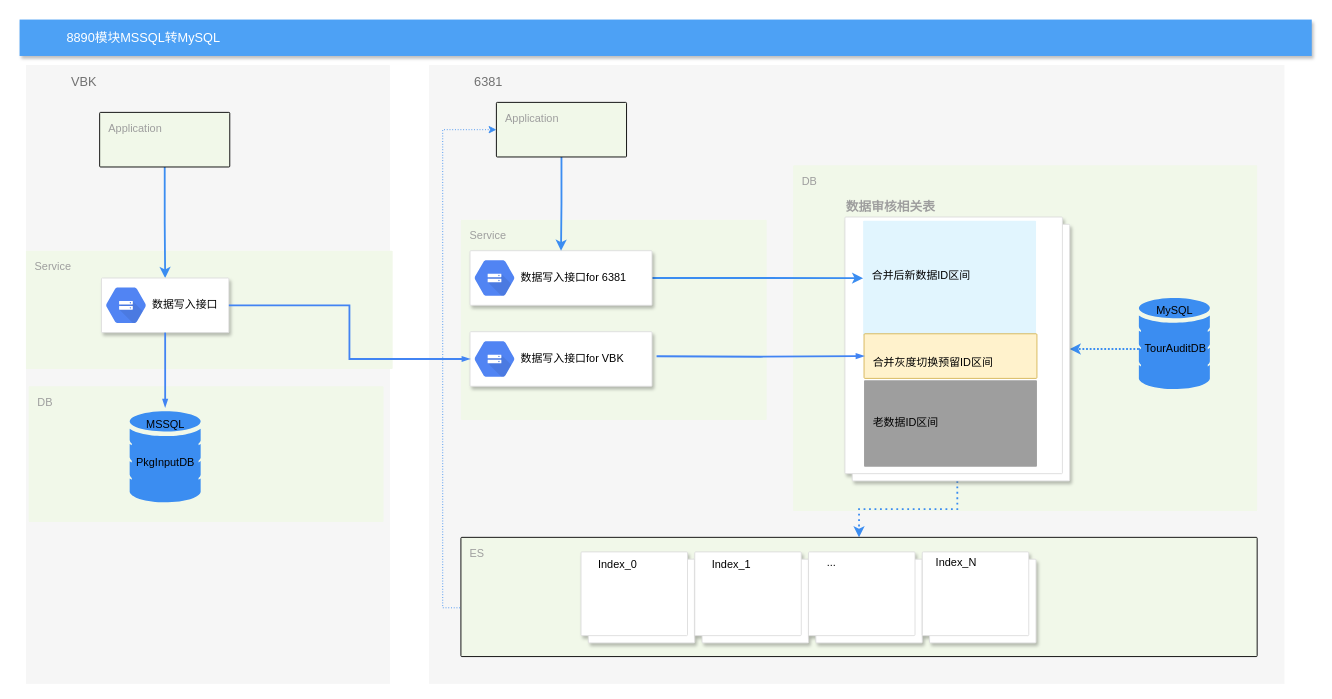
Before: 8890转MySQL.drawio in DevinDong/AI, a draw.io diagram. Source tidied: cells renumbered, new cells numbered last; positions are measured from the earlier drawing's top-left corner, leaving out a move shared by most shapes. Both pictures are drawn from the tidied source at 91%, with x=0, y=0 at pixel (19, 19).
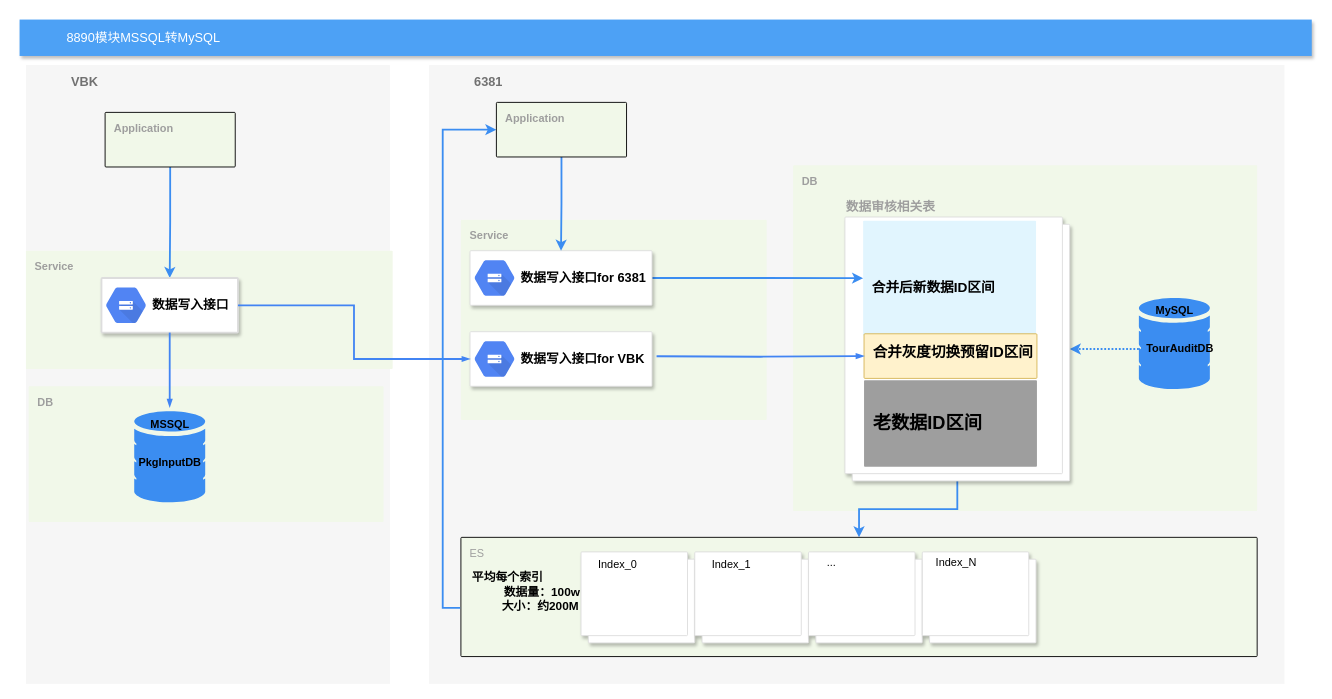
The same diagram, later.

Unchanged cells that the change refers to:
```xml
<mxCell id="14" style="strokeColor=#dddddd;fillColor=#ffffff;shadow=1;strokeWidth=1;rounded=1;absoluteArcSize=1;arcSize=2;fontSize=10;fontColor=#9E9E9E;align=center;html=1;" parent="1" vertex="1">
  <mxGeometry x="495" y="343" width="200" height="60" as="geometry" />
</mxCell>
<mxCell id="22" value="ES" style="points=[[0,0,0],[0.25,0,0],[0.5,0,0],[0.75,0,0],[1,0,0],[1,0.25,0],[1,0.5,0],[1,0.75,0],[1,1,0],[0.75,1,0],[0.5,1,0],[0.25,1,0],[0,1,0],[0,0.75,0],[0,0.5,0],[0,0.25,0]];rounded=1;absoluteArcSize=1;arcSize=2;html=1;strokeColor=#000000;gradientColor=none;shadow=0;dashed=0;fontSize=12;fontColor=#9E9E9E;align=left;verticalAlign=top;spacing=10;spacingTop=-4;fillColor=#F1F8E9;" parent="1" vertex="1">
  <mxGeometry x="485" y="569" width="875" height="131" as="geometry" />
</mxCell>
<mxCell id="23" style="shape=mxgraph.gcp2.doubleRect;strokeColor=#dddddd;fillColor=#ffffff;shadow=1;strokeWidth=1;" parent="1" vertex="1">
  <mxGeometry x="907" y="217" width="247" height="290" as="geometry" />
</mxCell>
```

The edit, as a diff of the source:
```diff
@@
-    <mxCell id="2" value="VBK&amp;nbsp;" style="fillColor=#F6F6F6;strokeColor=none;shadow=0;gradientColor=none;fontSize=14;align=left;spacing=10;fontColor=#717171;9E9E9E;verticalAlign=top;spacingTop=-4;fontStyle=0;spacingLeft=40;html=1;" parent="1" vertex="1">
+    <mxCell id="2" value="&lt;b&gt;VBK&amp;nbsp;&lt;/b&gt;" style="fillColor=#F6F6F6;strokeColor=none;shadow=0;gradientColor=none;fontSize=14;align=left;spacing=10;fontColor=#717171;9E9E9E;verticalAlign=top;spacingTop=-4;fontStyle=0;spacingLeft=40;html=1;" parent="1" vertex="1">
       <mxGeometry x="7" y="50" width="400" height="680" as="geometry" />
     </mxCell>
-    <mxCell id="3" value="Service" style="rounded=1;absoluteArcSize=1;arcSize=2;html=1;strokeColor=none;gradientColor=none;shadow=0;dashed=0;fontSize=12;fontColor=#9E9E9E;align=left;verticalAlign=top;spacing=10;spacingTop=-4;fillColor=#F1F8E9;" parent="1" vertex="1">
+    <mxCell id="3" value="&lt;b&gt;Service&lt;/b&gt;" style="rounded=1;absoluteArcSize=1;arcSize=2;html=1;strokeColor=none;gradientColor=none;shadow=0;dashed=0;fontSize=12;fontColor=#9E9E9E;align=left;verticalAlign=top;spacing=10;spacingTop=-4;fillColor=#F1F8E9;" parent="1" vertex="1">
       <mxGeometry x="7" y="254" width="403" height="130" as="geometry" />
     </mxCell>
-    <mxCell id="4" value="DB" style="rounded=1;absoluteArcSize=1;arcSize=2;html=1;strokeColor=none;gradientColor=none;shadow=0;dashed=0;fontSize=12;fontColor=#9E9E9E;align=left;verticalAlign=top;spacing=10;spacingTop=-4;fillColor=#F1F8E9;" parent="1" vertex="1">
+    <mxCell id="4" value="&lt;b&gt;DB&lt;/b&gt;" style="rounded=1;absoluteArcSize=1;arcSize=2;html=1;strokeColor=none;gradientColor=none;shadow=0;dashed=0;fontSize=12;fontColor=#9E9E9E;align=left;verticalAlign=top;spacing=10;spacingTop=-4;fillColor=#F1F8E9;" parent="1" vertex="1">
       <mxGeometry x="10" y="403" width="390" height="149" as="geometry" />
     </mxCell>
-    <mxCell id="5" value="6381&amp;nbsp;" style="fillColor=#F6F6F6;strokeColor=none;shadow=0;gradientColor=none;fontSize=14;align=left;spacing=10;fontColor=#717171;9E9E9E;verticalAlign=top;spacingTop=-4;fontStyle=0;spacingLeft=40;html=1;" parent="1" vertex="1">
+    <mxCell id="5" value="&lt;b&gt;6381&amp;nbsp;&lt;/b&gt;" style="fillColor=#F6F6F6;strokeColor=none;shadow=0;gradientColor=none;fontSize=14;align=left;spacing=10;fontColor=#717171;9E9E9E;verticalAlign=top;spacingTop=-4;fontStyle=0;spacingLeft=40;html=1;" parent="1" vertex="1">
       <mxGeometry x="450" y="50" width="940" height="680" as="geometry" />
     </mxCell>
-    <mxCell id="6" value="Service" style="rounded=1;absoluteArcSize=1;arcSize=2;html=1;strokeColor=none;gradientColor=none;shadow=0;dashed=0;fontSize=12;fontColor=#9E9E9E;align=left;verticalAlign=top;spacing=10;spacingTop=-4;fillColor=#F1F8E9;" parent="1" vertex="1">
+    <mxCell id="6" value="&lt;b&gt;Service&lt;/b&gt;" style="rounded=1;absoluteArcSize=1;arcSize=2;html=1;strokeColor=none;gradientColor=none;shadow=0;dashed=0;fontSize=12;fontColor=#9E9E9E;align=left;verticalAlign=top;spacing=10;spacingTop=-4;fillColor=#F1F8E9;" parent="1" vertex="1">
       <mxGeometry x="485" y="220" width="336" height="220" as="geometry" />
     </mxCell>
@@
-    <mxCell id="8" value="Application" style="points=[[0,0,0],[0.25,0,0],[0.5,0,0],[0.75,0,0],[1,0,0],[1,0.25,0],[1,0.5,0],[1,0.75,0],[1,1,0],[0.75,1,0],[0.5,1,0],[0.25,1,0],[0,1,0],[0,0.75,0],[0,0.5,0],[0,0.25,0]];rounded=1;absoluteArcSize=1;arcSize=2;html=1;strokeColor=#000000;gradientColor=none;shadow=0;dashed=0;fontSize=12;fontColor=#9E9E9E;align=left;verticalAlign=top;spacing=10;spacingTop=-4;fillColor=#F1F8E9;" parent="1" vertex="1">
-      <mxGeometry x="88" y="102" width="143" height="60" as="geometry" />
+    <mxCell id="8" value="&lt;b&gt;Application&lt;/b&gt;" style="points=[[0,0,0],[0.25,0,0],[0.5,0,0],[0.75,0,0],[1,0,0],[1,0.25,0],[1,0.5,0],[1,0.75,0],[1,1,0],[0.75,1,0],[0.5,1,0],[0.25,1,0],[0,1,0],[0,0.75,0],[0,0.5,0],[0,0.25,0]];rounded=1;absoluteArcSize=1;arcSize=2;html=1;strokeColor=#000000;gradientColor=none;shadow=0;dashed=0;fontSize=12;fontColor=#9E9E9E;align=left;verticalAlign=top;spacing=10;spacingTop=-4;fillColor=#F1F8E9;" parent="1" vertex="1">
+      <mxGeometry x="94" y="102" width="143" height="60" as="geometry" />
     </mxCell>
-    <mxCell id="9" value="DB" style="rounded=1;absoluteArcSize=1;arcSize=2;html=1;strokeColor=none;gradientColor=none;shadow=0;dashed=0;fontSize=12;fontColor=#9E9E9E;align=left;verticalAlign=top;spacing=10;spacingTop=-4;fillColor=#F1F8E9;" parent="1" vertex="1">
+    <mxCell id="9" value="&lt;b&gt;DB&lt;/b&gt;" style="rounded=1;absoluteArcSize=1;arcSize=2;html=1;strokeColor=none;gradientColor=none;shadow=0;dashed=0;fontSize=12;fontColor=#9E9E9E;align=left;verticalAlign=top;spacing=10;spacingTop=-4;fillColor=#F1F8E9;" parent="1" vertex="1">
       <mxGeometry x="850" y="160" width="510" height="380" as="geometry" />
     </mxCell>
@@
-    <mxCell id="15" value="&lt;font color=&quot;#000000&quot;&gt;数据写入接口for VBK&lt;/font&gt;" style="dashed=0;html=1;fillColor=#5184F3;strokeColor=none;shape=mxgraph.gcp2.cloud_storage;labelPosition=right;verticalLabelPosition=middle;align=left;verticalAlign=middle;spacingLeft=5;fontColor=#999999;fontSize=12;" parent="14" vertex="1">
+    <mxCell id="15" value="&lt;font color=&quot;#000000&quot; size=&quot;1&quot;&gt;&lt;b style=&quot;font-size: 14px&quot;&gt;数据写入接口for VBK&lt;/b&gt;&lt;/font&gt;" style="dashed=0;html=1;fillColor=#5184F3;strokeColor=none;shape=mxgraph.gcp2.cloud_storage;labelPosition=right;verticalLabelPosition=middle;align=left;verticalAlign=middle;spacingLeft=5;fontColor=#999999;fontSize=12;" parent="14" vertex="1">
       <mxGeometry y="0.5" width="44" height="39" relative="1" as="geometry">
         <mxPoint x="5" y="-19.5" as="offset" />
       </mxGeometry>
     </mxCell>
-    <mxCell id="16" value="MSSQL" style="html=1;strokeColor=none;shadow=0;align=center;verticalAlign=top;fillColor=#3B8DF1;shape=mxgraph.gcp2.database_2;" parent="1" vertex="1">
-      <mxGeometry x="121" y="430.5" width="78" height="100" as="geometry" />
+    <mxCell id="16" value="&lt;b&gt;MSSQL&lt;/b&gt;" style="html=1;strokeColor=none;shadow=0;align=center;verticalAlign=top;fillColor=#3B8DF1;shape=mxgraph.gcp2.database_2;" parent="1" vertex="1">
+      <mxGeometry x="126" y="430.5" width="78" height="100" as="geometry" />
     </mxCell>
-    <mxCell id="17" value="PkgInputDB" style="text;html=1;align=center;verticalAlign=middle;fillColor=none;strokeColor=none;rounded=0;" parent="1" vertex="1">
-      <mxGeometry x="119.5" y="476.5" width="80" height="20" as="geometry" />
+    <mxCell id="17" value="&lt;b&gt;PkgInputDB&lt;/b&gt;" style="text;html=1;align=center;verticalAlign=middle;fillColor=none;strokeColor=none;rounded=0;" parent="1" vertex="1">
+      <mxGeometry x="124.5" y="476.5" width="80" height="20" as="geometry" />
     </mxCell>
-    <mxCell id="18" value="MySQL" style="html=1;strokeColor=none;shadow=0;align=center;verticalAlign=top;fillColor=#3B8DF1;shape=mxgraph.gcp2.database_2;" parent="1" vertex="1">
+    <mxCell id="18" value="&lt;b&gt;MySQL&lt;/b&gt;" style="html=1;strokeColor=none;shadow=0;align=center;verticalAlign=top;fillColor=#3B8DF1;shape=mxgraph.gcp2.database_2;" parent="1" vertex="1">
       <mxGeometry x="1230" y="306" width="78" height="100" as="geometry" />
     </mxCell>
@@
-    <mxCell id="20" value="TourAuditDB" style="text;html=1;align=center;verticalAlign=middle;points=[];fillColor=none;strokeColor=none;rounded=0;" parent="1" vertex="1">
-      <mxGeometry x="1230" y="352" width="80" height="20" as="geometry" />
+    <mxCell id="20" value="&lt;b&gt;TourAuditDB&lt;/b&gt;" style="text;html=1;align=center;verticalAlign=middle;points=[];fillColor=none;strokeColor=none;rounded=0;" parent="1" vertex="1">
+      <mxGeometry x="1230" y="352" width="90" height="20" as="geometry" />
     </mxCell>
-    <mxCell id="21" style="edgeStyle=orthogonalEdgeStyle;rounded=0;jettySize=auto;html=1;strokeColor=#3B8DF1;strokeWidth=2;fontSize=14;fontColor=#9E9E9E;exitX=0.5;exitY=1;exitDx=0;exitDy=0;dashed=1;dashPattern=1 2;" parent="1" edge="1" source="23" target="22">
+    <mxCell id="21" style="edgeStyle=orthogonalEdgeStyle;rounded=0;jettySize=auto;html=1;strokeColor=#3B8DF1;strokeWidth=2;fontSize=14;fontColor=#9E9E9E;exitX=0.5;exitY=1;exitDx=0;exitDy=0;" parent="1" edge="1" source="23" target="22">
       <mxGeometry relative="1" as="geometry" />
     </mxCell>
@@
-    <mxCell id="24" value="&lt;br&gt;&lt;br&gt;&lt;br&gt;合并后新数据ID区间" style="points=[[0,0,0],[0.25,0,0],[0.5,0,0],[0.75,0,0],[1,0,0],[1,0.25,0],[1,0.5,0],[1,0.75,0],[1,1,0],[0.75,1,0],[0.5,1,0],[0.25,1,0],[0,1,0],[0,0.75,0],[0,0.5,0],[0,0.25,0]];rounded=1;absoluteArcSize=1;arcSize=2;html=1;strokeColor=none;gradientColor=none;shadow=0;dashed=0;fontSize=12;fontColor=#000000;align=left;verticalAlign=top;spacing=10;spacingTop=-4;fillColor=#E1F5FE;" parent="23" vertex="1">
+    <mxCell id="24" value="&lt;b style=&quot;font-size: 15px&quot;&gt;&lt;br&gt;&lt;br&gt;&lt;br&gt;合并后新数据ID区间&lt;/b&gt;" style="points=[[0,0,0],[0.25,0,0],[0.5,0,0],[0.75,0,0],[1,0,0],[1,0.25,0],[1,0.5,0],[1,0.75,0],[1,1,0],[0.75,1,0],[0.5,1,0],[0.25,1,0],[0,1,0],[0,0.75,0],[0,0.5,0],[0,0.25,0]];rounded=1;absoluteArcSize=1;arcSize=2;html=1;strokeColor=none;gradientColor=none;shadow=0;dashed=0;fontSize=12;fontColor=#000000;align=left;verticalAlign=top;spacing=10;spacingTop=-4;fillColor=#E1F5FE;" parent="23" vertex="1">
       <mxGeometry x="20" y="4" width="190" height="126.4" as="geometry" />
     </mxCell>
-    <mxCell id="25" value="&lt;font color=&quot;#000000&quot;&gt;&lt;br&gt;合并灰度切换预留ID区间&lt;/font&gt;" style="points=[[0,0,0],[0.25,0,0],[0.5,0,0],[0.75,0,0],[1,0,0],[1,0.25,0],[1,0.5,0],[1,0.75,0],[1,1,0],[0.75,1,0],[0.5,1,0],[0.25,1,0],[0,1,0],[0,0.75,0],[0,0.5,0],[0,0.25,0]];rounded=1;absoluteArcSize=1;arcSize=2;html=1;strokeColor=#d6b656;shadow=0;dashed=0;fontSize=12;align=left;verticalAlign=top;spacing=10;spacingTop=-4;fillColor=#fff2cc;" parent="23" vertex="1">
+    <mxCell id="25" value="&lt;font color=&quot;#000000&quot; style=&quot;font-size: 16px&quot;&gt;&lt;b&gt;合并灰度切换预留ID区间&lt;/b&gt;&lt;/font&gt;" style="points=[[0,0,0],[0.25,0,0],[0.5,0,0],[0.75,0,0],[1,0,0],[1,0.25,0],[1,0.5,0],[1,0.75,0],[1,1,0],[0.75,1,0],[0.5,1,0],[0.25,1,0],[0,1,0],[0,0.75,0],[0,0.5,0],[0,0.25,0]];rounded=1;absoluteArcSize=1;arcSize=2;html=1;strokeColor=#d6b656;shadow=0;dashed=0;fontSize=12;align=left;verticalAlign=top;spacing=10;spacingTop=-4;fillColor=#fff2cc;" parent="23" vertex="1">
       <mxGeometry x="21" y="128.3" width="190" height="49" as="geometry" />
     </mxCell>
-    <mxCell id="26" value="&lt;font color=&quot;#000000&quot;&gt;&lt;br&gt;&lt;br&gt;老数据ID区间&lt;/font&gt;" style="rounded=1;absoluteArcSize=1;arcSize=2;html=1;strokeColor=none;gradientColor=none;shadow=0;dashed=0;fontSize=12;fontColor=#9E9E9E;align=left;verticalAlign=top;spacing=10;spacingTop=-4;fillColor=#9E9E9E;" parent="23" vertex="1">
+    <mxCell id="26" value="&lt;font color=&quot;#000000&quot; style=&quot;font-size: 20px&quot;&gt;&lt;b&gt;&lt;br&gt;老数据ID区间&lt;/b&gt;&lt;/font&gt;" style="rounded=1;absoluteArcSize=1;arcSize=2;html=1;strokeColor=none;gradientColor=none;shadow=0;dashed=0;fontSize=12;fontColor=#9E9E9E;align=left;verticalAlign=top;spacing=10;spacingTop=-4;fillColor=#9E9E9E;" parent="23" vertex="1">
       <mxGeometry x="21" y="179.3" width="190" height="95" as="geometry" />
     </mxCell>
-    <mxCell id="27" style="strokeColor=#dddddd;fillColor=#ffffff;shadow=1;strokeWidth=1;rounded=1;absoluteArcSize=1;arcSize=2;fontSize=10;fontColor=#9E9E9E;align=center;html=1;" parent="1" vertex="1">
-      <mxGeometry x="90" y="284" width="140" height="60" as="geometry" />
+    <mxCell id="27" style="strokeColor=#dddddd;fillColor=#ffffff;shadow=1;strokeWidth=2;rounded=1;absoluteArcSize=1;arcSize=2;fontSize=12;fontColor=#9E9E9E;align=center;html=1;" parent="1" vertex="1">
+      <mxGeometry x="90" y="284" width="150" height="60" as="geometry" />
     </mxCell>
-    <mxCell id="28" value="&lt;font color=&quot;#000000&quot;&gt;数据写入接口&lt;/font&gt;" style="dashed=0;html=1;fillColor=#5184F3;strokeColor=none;shape=mxgraph.gcp2.cloud_storage;labelPosition=right;verticalLabelPosition=middle;align=left;verticalAlign=middle;spacingLeft=5;fontColor=#999999;fontSize=12;" parent="27" vertex="1">
+    <mxCell id="28" value="&lt;font color=&quot;#000000&quot; style=&quot;font-size: 14px&quot;&gt;&lt;b&gt;数据写入接口&lt;/b&gt;&lt;/font&gt;" style="dashed=0;html=1;fillColor=#5184F3;strokeColor=none;shape=mxgraph.gcp2.cloud_storage;labelPosition=right;verticalLabelPosition=middle;align=left;verticalAlign=middle;spacingLeft=5;fontColor=#999999;fontSize=12;" parent="27" vertex="1">
       <mxGeometry y="0.5" width="44" height="39" relative="1" as="geometry">
         <mxPoint x="5" y="-19.5" as="offset" />
       </mxGeometry>
     </mxCell>
@@
-    <mxCell id="30" style="strokeColor=#dddddd;fillColor=#ffffff;shadow=1;strokeWidth=1;rounded=1;absoluteArcSize=1;arcSize=2;fontSize=10;fontColor=#9E9E9E;align=center;html=1;" parent="1" vertex="1">
+    <mxCell id="30" style="strokeColor=#dddddd;fillColor=#ffffff;shadow=1;strokeWidth=1;rounded=1;absoluteArcSize=1;arcSize=2;fontSize=10;fontColor=#9E9E9E;align=center;html=1;fontStyle=1;" parent="1" vertex="1">
       <mxGeometry x="495" y="254" width="200" height="60" as="geometry" />
     </mxCell>
-    <mxCell id="31" value="&lt;font color=&quot;#000000&quot;&gt;数据写入接口for 6381&lt;/font&gt;" style="dashed=0;html=1;fillColor=#5184F3;strokeColor=none;shape=mxgraph.gcp2.cloud_storage;labelPosition=right;verticalLabelPosition=middle;align=left;verticalAlign=middle;spacingLeft=5;fontColor=#999999;fontSize=12;" parent="30" vertex="1">
+    <mxCell id="31" value="&lt;font color=&quot;#000000&quot; size=&quot;1&quot;&gt;&lt;b style=&quot;font-size: 14px&quot;&gt;数据写入接口for 6381&lt;/b&gt;&lt;/font&gt;" style="dashed=0;html=1;fillColor=#5184F3;strokeColor=none;shape=mxgraph.gcp2.cloud_storage;labelPosition=right;verticalLabelPosition=middle;align=left;verticalAlign=middle;spacingLeft=5;fontColor=#999999;fontSize=12;" parent="30" vertex="1">
       <mxGeometry y="0.5" width="44" height="39" relative="1" as="geometry">
         <mxPoint x="5" y="-19.5" as="offset" />
       </mxGeometry>
     </mxCell>
@@
-    <mxCell id="34" style="edgeStyle=orthogonalEdgeStyle;rounded=0;jettySize=auto;html=1;strokeColor=#3B8DF1;strokeWidth=1;fontSize=14;fontColor=#9E9E9E;dashed=1;dashPattern=1 2;exitX=-0.001;exitY=0.591;exitDx=0;exitDy=0;exitPerimeter=0;" parent="1" edge="1" source="22" target="35">
+    <mxCell id="34" style="edgeStyle=orthogonalEdgeStyle;rounded=0;jettySize=auto;html=1;strokeColor=#3B8DF1;strokeWidth=2;fontSize=14;fontColor=#9E9E9E;exitX=-0.001;exitY=0.591;exitDx=0;exitDy=0;exitPerimeter=0;" parent="1" edge="1" source="22" target="35">
       <mxGeometry relative="1" as="geometry">
         <Array as="points">
           <mxPoint x="465" y="646" />
           <mxPoint x="465" y="121" />
         </Array>
       </mxGeometry>
     </mxCell>
-    <mxCell id="35" value="Application" style="points=[[0,0,0],[0.25,0,0],[0.5,0,0],[0.75,0,0],[1,0,0],[1,0.25,0],[1,0.5,0],[1,0.75,0],[1,1,0],[0.75,1,0],[0.5,1,0],[0.25,1,0],[0,1,0],[0,0.75,0],[0,0.5,0],[0,0.25,0]];rounded=1;absoluteArcSize=1;arcSize=2;html=1;strokeColor=#000000;gradientColor=none;shadow=0;dashed=0;fontSize=12;fontColor=#9E9E9E;align=left;verticalAlign=top;spacing=10;spacingTop=-4;fillColor=#F1F8E9;" parent="1" vertex="1">
+    <mxCell id="35" value="&lt;b&gt;Application&lt;/b&gt;" style="points=[[0,0,0],[0.25,0,0],[0.5,0,0],[0.75,0,0],[1,0,0],[1,0.25,0],[1,0.5,0],[1,0.75,0],[1,1,0],[0.75,1,0],[0.5,1,0],[0.25,1,0],[0,1,0],[0,0.75,0],[0,0.5,0],[0,0.25,0]];rounded=1;absoluteArcSize=1;arcSize=2;html=1;strokeColor=#000000;gradientColor=none;shadow=0;dashed=0;fontSize=12;fontColor=#9E9E9E;align=left;verticalAlign=top;spacing=10;spacingTop=-4;fillColor=#F1F8E9;" parent="1" vertex="1">
       <mxGeometry x="524" y="91" width="143" height="60" as="geometry" />
     </mxCell>
@@
+    <mxCell id="47" value="&lt;b style=&quot;font-size: 13px&quot;&gt;平均每个索引&lt;br&gt;&amp;nbsp; &amp;nbsp; &amp;nbsp; &amp;nbsp; &amp;nbsp; &amp;nbsp; &amp;nbsp; &amp;nbsp; &amp;nbsp; &amp;nbsp; &amp;nbsp;数据量：100w&lt;br&gt;&amp;nbsp; &amp;nbsp; &amp;nbsp; &amp;nbsp; &amp;nbsp; &amp;nbsp; &amp;nbsp; &amp;nbsp; &amp;nbsp; &amp;nbsp; 大小：约200M&lt;/b&gt;" style="text;html=1;align=center;verticalAlign=middle;fillColor=none;strokeColor=none;rounded=0;fontSize=12;" parent="1" vertex="1">
+      <mxGeometry x="446" y="603.5" width="180" height="50" as="geometry" />
+    </mxCell>
```
